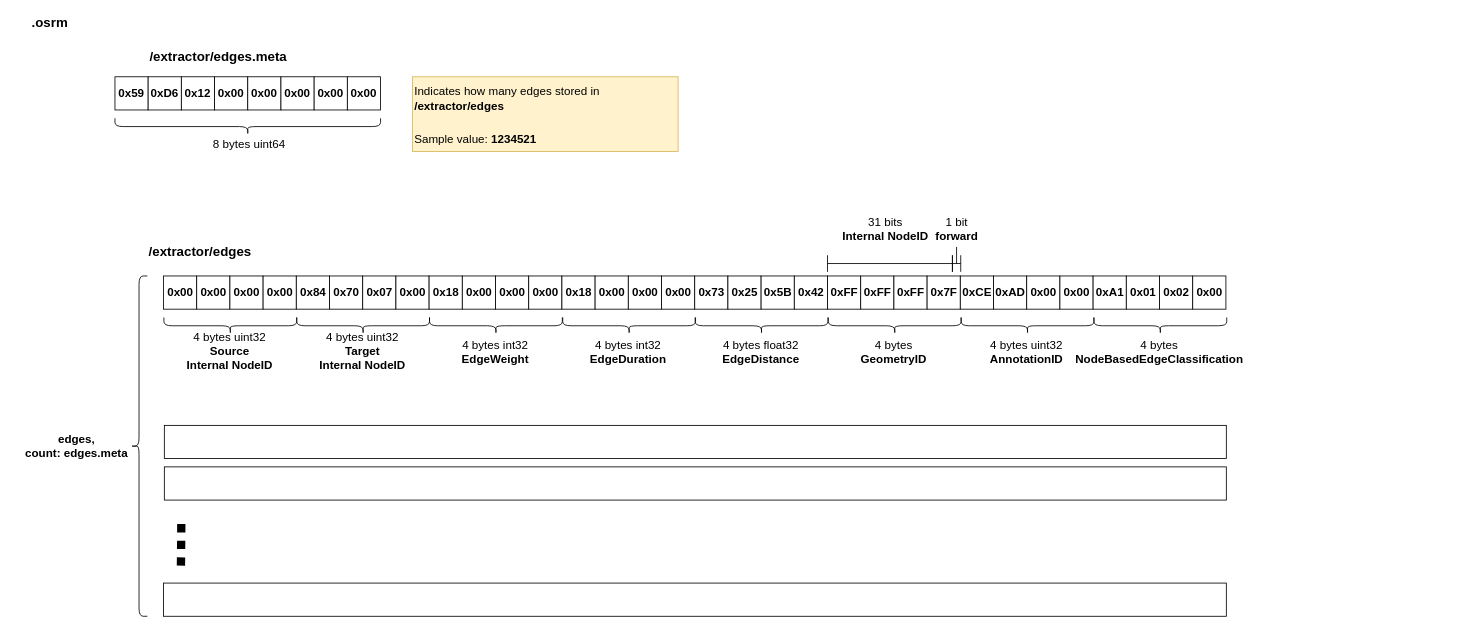
The draw.io diagram map.osrm.extractor.edges.drawio in wangyoucao577/drawio, before the edit. Source tidied: cells renumbered, new cells numbered last; positions are measured from the earlier drawing's top-left corner, leaving out a move shared by most shapes. Both pictures are drawn from the tidied source at 83%, with x=0, y=0 at pixel (14, -7).
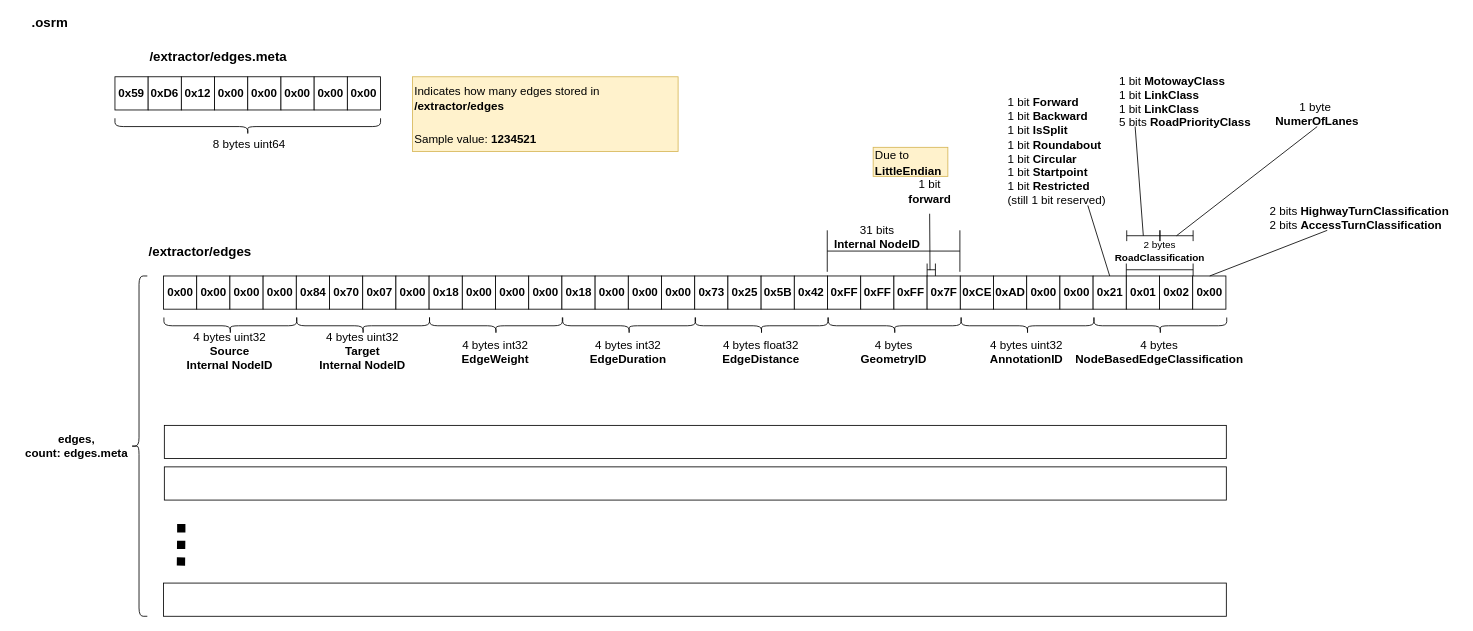
After the change.

Change to the diagram source:
```diff
@@
-    <mxCell id="58" value="0xA1" style="rounded=0;whiteSpace=wrap;html=1;fontStyle=1;fontSize=14;" parent="1" vertex="1">
+    <mxCell id="58" value="0x21" style="rounded=0;whiteSpace=wrap;html=1;fontStyle=1;fontSize=14;" parent="1" vertex="1">
       <mxGeometry x="1299.5" y="340" width="40" height="40" as="geometry" />
     </mxCell>
@@
     <mxCell id="70" style="shape=crossbar;whiteSpace=wrap;html=1;rounded=1;" parent="1" vertex="1">
-      <mxGeometry x="979.5" y="315" width="150.5" height="20" as="geometry" />
+      <mxGeometry x="979.2" y="285" width="159.8" height="50" as="geometry" />
     </mxCell>
     <mxCell id="71" style="shape=crossbar;whiteSpace=wrap;html=1;rounded=1;" parent="1" vertex="1">
-      <mxGeometry x="1130" y="315" width="10" height="20" as="geometry" />
+      <mxGeometry x="1099.5" y="325" width="10" height="15" as="geometry" />
     </mxCell>
     <mxCell id="72" value="31 bits&lt;br&gt;&lt;b&gt;Internal NodeID&lt;br&gt;&lt;/b&gt;" style="text;html=1;strokeColor=none;fillColor=none;align=center;verticalAlign=middle;whiteSpace=wrap;rounded=0;fontSize=14;" parent="1" vertex="1">
-      <mxGeometry x="950" y="255" width="199" height="55" as="geometry" />
+      <mxGeometry x="939.5" y="265" width="199" height="55" as="geometry" />
     </mxCell>
     <mxCell id="73" value="1 bit&lt;br&gt;&lt;b&gt;forward&lt;br&gt;&lt;/b&gt;" style="text;html=1;strokeColor=none;fillColor=none;align=center;verticalAlign=middle;whiteSpace=wrap;rounded=0;fontSize=14;" parent="1" vertex="1">
-      <mxGeometry x="1035.5" y="255" width="199" height="55" as="geometry" />
+      <mxGeometry x="1057.8" y="210" width="89.5" height="55" as="geometry" />
     </mxCell>
-    <mxCell id="74" style="endArrow=none;html=1;" parent="1" edge="1">
-      <mxGeometry relative="1" as="geometry">
-        <mxPoint x="1135" y="325" as="sourcePoint" />
-        <mxPoint x="1135" y="305" as="targetPoint" />
-      </mxGeometry>
-    </mxCell>
+    <mxCell id="75" style="endArrow=none;html=1;entryX=0.5;entryY=1;entryDx=0;entryDy=0;" parent="1" edge="1" target="73">
+      <mxGeometry relative="1" as="geometry">
+        <mxPoint x="1103" y="333" as="sourcePoint" />
+      </mxGeometry>
+    </mxCell>
+    <mxCell id="76" value="&lt;font style=&quot;font-size: 14px&quot;&gt;&lt;span style=&quot;font-weight: normal&quot;&gt;Due to&lt;/span&gt; LittleEndian&lt;br&gt;&lt;/font&gt;" style="text;html=1;strokeColor=#d6b656;fillColor=#fff2cc;align=left;verticalAlign=middle;whiteSpace=wrap;rounded=0;fontSize=16;fontStyle=1;" parent="1" vertex="1">
+      <mxGeometry x="1034.5" y="185" width="90" height="35" as="geometry" />
+    </mxCell>
+    <mxCell id="77" style="rounded=0;jettySize=auto;html=1;exitX=0.75;exitY=1;exitDx=0;exitDy=0;entryX=0.5;entryY=0;entryDx=0;entryDy=0;endArrow=none;endFill=0;" parent="1" edge="1" source="78" target="58">
+      <mxGeometry relative="1" as="geometry" />
+    </mxCell>
+    <mxCell id="78" value="&lt;div style=&quot;text-align: left&quot;&gt;1 bit &lt;b&gt;Forward&lt;/b&gt;&lt;/div&gt;&lt;div style=&quot;text-align: left&quot;&gt;1 bit &lt;b&gt;Backward&lt;/b&gt;&lt;/div&gt;&lt;div style=&quot;text-align: left&quot;&gt;1 bit &lt;b&gt;IsSplit&lt;/b&gt;&lt;/div&gt;&lt;div style=&quot;text-align: left&quot;&gt;1 bit &lt;b&gt;Roundabout&lt;/b&gt;&lt;/div&gt;&lt;div style=&quot;text-align: left&quot;&gt;1 bit &lt;b&gt;Circular&lt;/b&gt;&lt;/div&gt;&lt;div style=&quot;text-align: left&quot;&gt;1 bit &lt;b&gt;Startpoint&lt;/b&gt;&lt;/div&gt;&lt;div style=&quot;text-align: left&quot;&gt;&lt;span&gt;1 bit&amp;nbsp;&lt;/span&gt;&lt;b&gt;Restricted&lt;/b&gt;&lt;/div&gt;&lt;div style=&quot;text-align: left&quot;&gt;(still 1 bit reserved)&lt;/div&gt;" style="text;html=1;strokeColor=none;fillColor=none;align=center;verticalAlign=middle;whiteSpace=wrap;rounded=0;fontSize=14;" parent="1" vertex="1">
+      <mxGeometry x="1179.5" y="125" width="151.5" height="130" as="geometry" />
+    </mxCell>
+    <mxCell id="79" value="&lt;div style=&quot;text-align: left&quot;&gt;&lt;span&gt;2 bits&amp;nbsp;&lt;/span&gt;&lt;b&gt;HighwayTurnClassification&lt;/b&gt;&lt;br&gt;&lt;/div&gt;&lt;div style=&quot;text-align: left&quot;&gt;&lt;span&gt;2 bits&amp;nbsp;&lt;/span&gt;&lt;b&gt;AccessTurnClassification&lt;/b&gt;&lt;/div&gt;" style="text;html=1;strokeColor=none;fillColor=none;align=center;verticalAlign=middle;whiteSpace=wrap;rounded=0;fontSize=14;" parent="1" vertex="1">
+      <mxGeometry x="1500" y="255" width="240.5" height="30" as="geometry" />
+    </mxCell>
+    <mxCell id="80" style="endArrow=none;html=1;" parent="1" edge="1" target="79">
+      <mxGeometry relative="1" as="geometry">
+        <mxPoint x="1440" y="340" as="sourcePoint" />
+      </mxGeometry>
+    </mxCell>
+    <mxCell id="81" value="&lt;div style=&quot;text-align: left&quot;&gt;&lt;span&gt;1 bit&amp;nbsp;&lt;/span&gt;&lt;b&gt;MotowayClass&lt;/b&gt;&lt;br&gt;&lt;/div&gt;&lt;div style=&quot;text-align: left&quot;&gt;&lt;span&gt;1 bit&amp;nbsp;&lt;/span&gt;&lt;b&gt;LinkClass&lt;/b&gt;&lt;/div&gt;&lt;div style=&quot;text-align: left&quot;&gt;1 bit&amp;nbsp;&lt;b&gt;LinkClass&lt;/b&gt;&lt;b&gt;&lt;br&gt;&lt;/b&gt;&lt;/div&gt;&lt;div style=&quot;text-align: left&quot;&gt;5 bits&amp;nbsp;&lt;b&gt;RoadPriorityClass&lt;/b&gt;&lt;/div&gt;" style="text;html=1;strokeColor=none;fillColor=none;align=center;verticalAlign=middle;whiteSpace=wrap;rounded=0;fontSize=14;" parent="1" vertex="1">
+      <mxGeometry x="1290" y="100" width="240.5" height="60" as="geometry" />
+    </mxCell>
+    <mxCell id="82" style="rounded=0;jettySize=auto;html=1;exitX=0.25;exitY=1;exitDx=0;exitDy=0;endArrow=none;endFill=0;entryX=0.5;entryY=0.5;entryDx=0;entryDy=0;entryPerimeter=0;" parent="1" edge="1" source="81" target="87">
+      <mxGeometry relative="1" as="geometry" />
+    </mxCell>
+    <mxCell id="83" value="&lt;div&gt;&lt;span&gt;1 byte&amp;nbsp;&lt;/span&gt;&lt;/div&gt;&lt;div&gt;&lt;b&gt;NumerOfLanes&lt;/b&gt;&lt;br&gt;&lt;/div&gt;" style="text;html=1;strokeColor=none;fillColor=none;align=center;verticalAlign=middle;whiteSpace=wrap;rounded=0;fontSize=14;" parent="1" vertex="1">
+      <mxGeometry x="1500" y="130" width="139" height="30" as="geometry" />
+    </mxCell>
+    <mxCell id="84" style="rounded=0;jettySize=auto;html=1;exitX=0.5;exitY=1;exitDx=0;exitDy=0;endArrow=none;endFill=0;entryX=0.5;entryY=0.5;entryDx=0;entryDy=0;entryPerimeter=0;" parent="1" edge="1" source="83" target="88">
+      <mxGeometry relative="1" as="geometry" />
+    </mxCell>
+    <mxCell id="85" style="shape=crossbar;whiteSpace=wrap;html=1;rounded=1;" parent="1" vertex="1">
+      <mxGeometry x="1339.5" y="325" width="80.5" height="15" as="geometry" />
+    </mxCell>
+    <mxCell id="86" value="2 bytes&lt;br style=&quot;font-size: 12px;&quot;&gt;&lt;b style=&quot;font-size: 12px;&quot;&gt;RoadClassification&lt;br style=&quot;font-size: 12px;&quot;&gt;&lt;/b&gt;" style="text;html=1;strokeColor=none;fillColor=none;align=center;verticalAlign=middle;whiteSpace=wrap;rounded=0;fontSize=12;" parent="1" vertex="1">
+      <mxGeometry x="1309.5" y="295" width="140" height="30" as="geometry" />
+    </mxCell>
+    <mxCell id="87" style="shape=crossbar;whiteSpace=wrap;html=1;rounded=1;fontSize=12;" parent="1" vertex="1">
+      <mxGeometry x="1340" y="285" width="40" height="13" as="geometry" />
+    </mxCell>
+    <mxCell id="88" style="shape=crossbar;whiteSpace=wrap;html=1;rounded=1;fontSize=12;" parent="1" vertex="1">
+      <mxGeometry x="1380" y="285" width="40" height="13" as="geometry" />
+    </mxCell>
```
